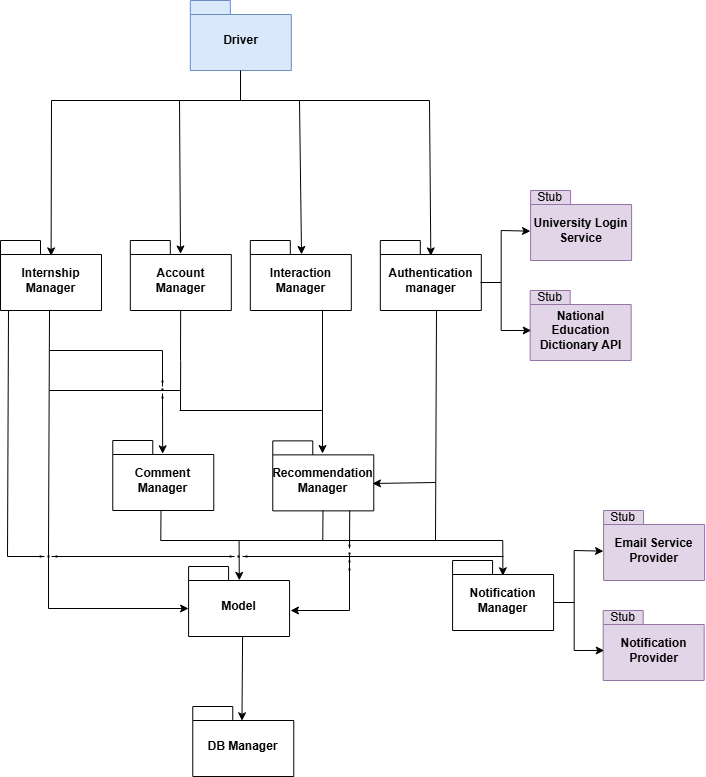
This is DD_figures/ImplementationDiagrams/FourthStep.png from alesalv0/RattiSalvatoreYalcin, a draw.io export, as it was before one commit. Source tidied: cells renumbered, new cells last; positions are measured from the earlier drawing's top-left corner, leaving out a move shared by most shapes.
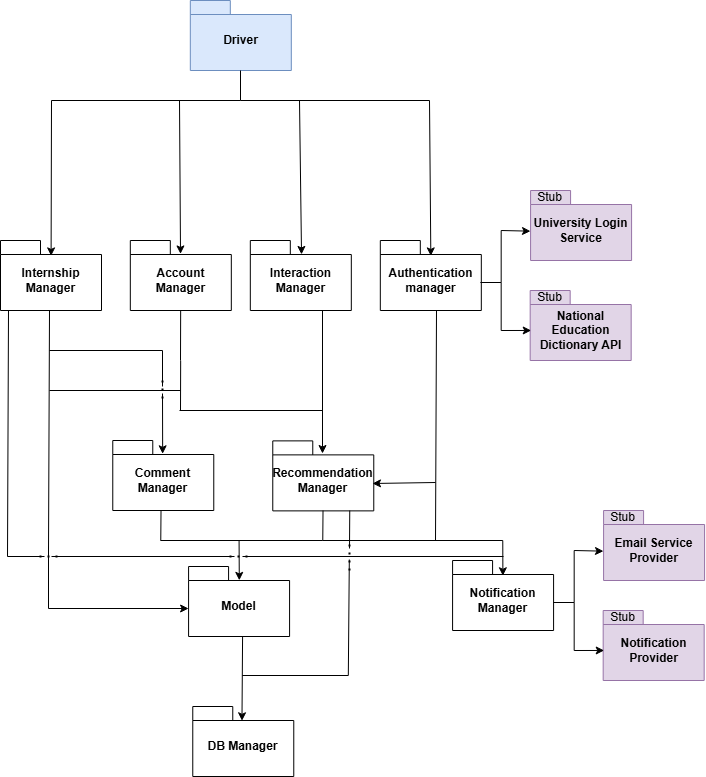
After the change.

Diff of the diagram source:
```diff
@@ -299,14 +299,14 @@
         <mxPoint x="349" y="544" as="targetPoint" />
       </mxGeometry>
     </mxCell>
-    <mxCell id="58" style="endArrow=classic;html=1;rounded=0;" parent="1" edge="1">
-      <mxGeometry relative="1" as="geometry">
-        <mxPoint x="349" y="554" as="sourcePoint" />
-        <mxPoint x="290" y="610" as="targetPoint" />
-        <Array as="points">
-          <mxPoint x="349" y="610" />
-        </Array>
-      </mxGeometry>
-    </mxCell>
+    <mxCell id="59" style="endArrow=none;html=1;rounded=0;" parent="1" edge="1">
+      <mxGeometry relative="1" as="geometry">
+        <mxPoint x="241.8" y="675" as="sourcePoint" />
+        <mxPoint x="348.8" y="559" as="targetPoint" />
+        <Array as="points">
+          <mxPoint x="347.8" y="675" />
+        </Array>
+      </mxGeometry>
+    </mxCell>
   </root>
 </mxGraphModel>
```
